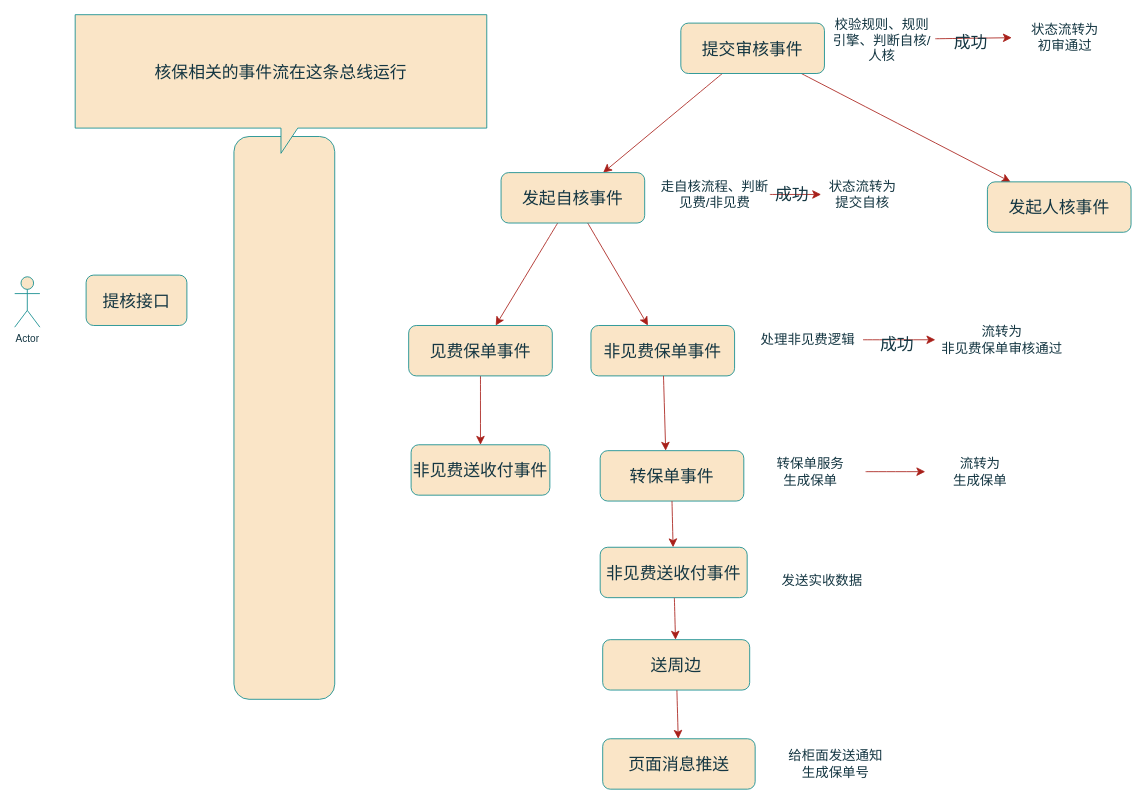
Above: 核保事件流设计.drawio in java-zengguang/images (draw.io), before the change. Source tidied: cells renumbered, new cells numbered last; positions are measured from the earlier drawing's top-left corner, leaving out a move shared by most shapes. Both pictures are drawn from the tidied source at 84%, with x=0, y=0 at pixel (14, 14).
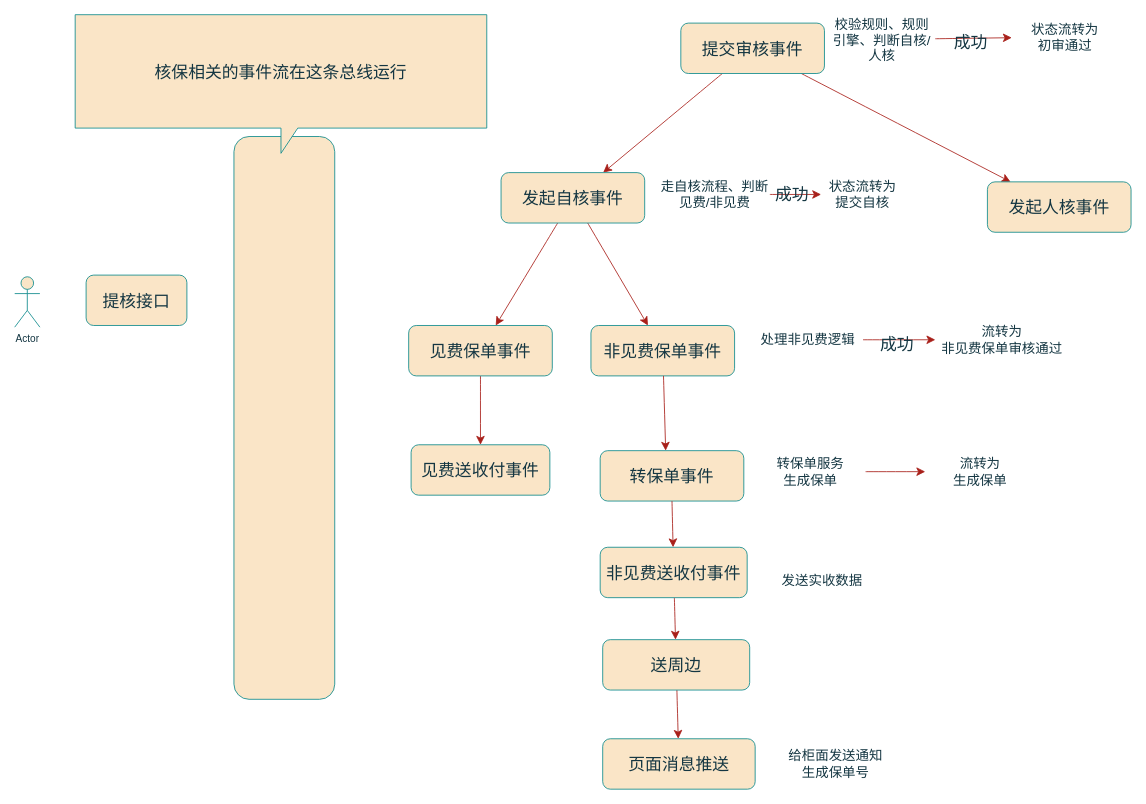
The same diagram, later.

Commit message:
更新核保事件流设计.drawio

What changed in the source:
```diff
@@
-    <mxCell id="37" value="&lt;span style=&quot;font-size: 20px;&quot;&gt;非见费送收付事件&lt;/span&gt;" style="whiteSpace=wrap;html=1;rounded=1;labelBackgroundColor=none;fillColor=#FAE5C7;strokeColor=#0F8B8D;fontColor=#143642;" parent="1" vertex="1">
+    <mxCell id="37" value="&lt;span style=&quot;font-size: 20px;&quot;&gt;见费送收付事件&lt;/span&gt;" style="whiteSpace=wrap;html=1;rounded=1;labelBackgroundColor=none;fillColor=#FAE5C7;strokeColor=#0F8B8D;fontColor=#143642;" parent="1" vertex="1">
       <mxGeometry x="471.9" y="512" width="165.2" height="60" as="geometry" />
     </mxCell>
```
